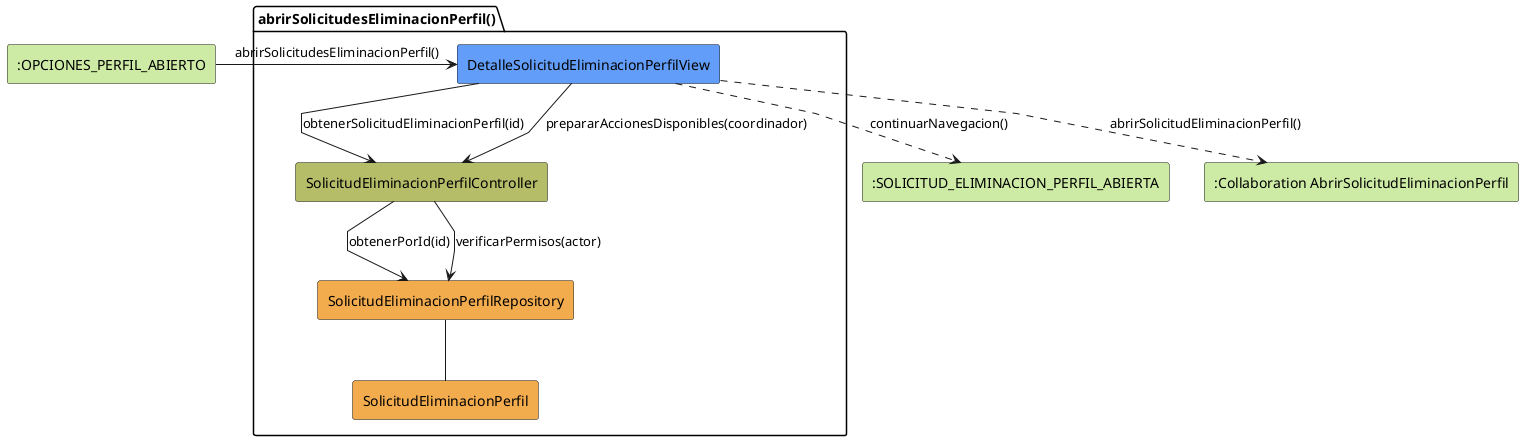
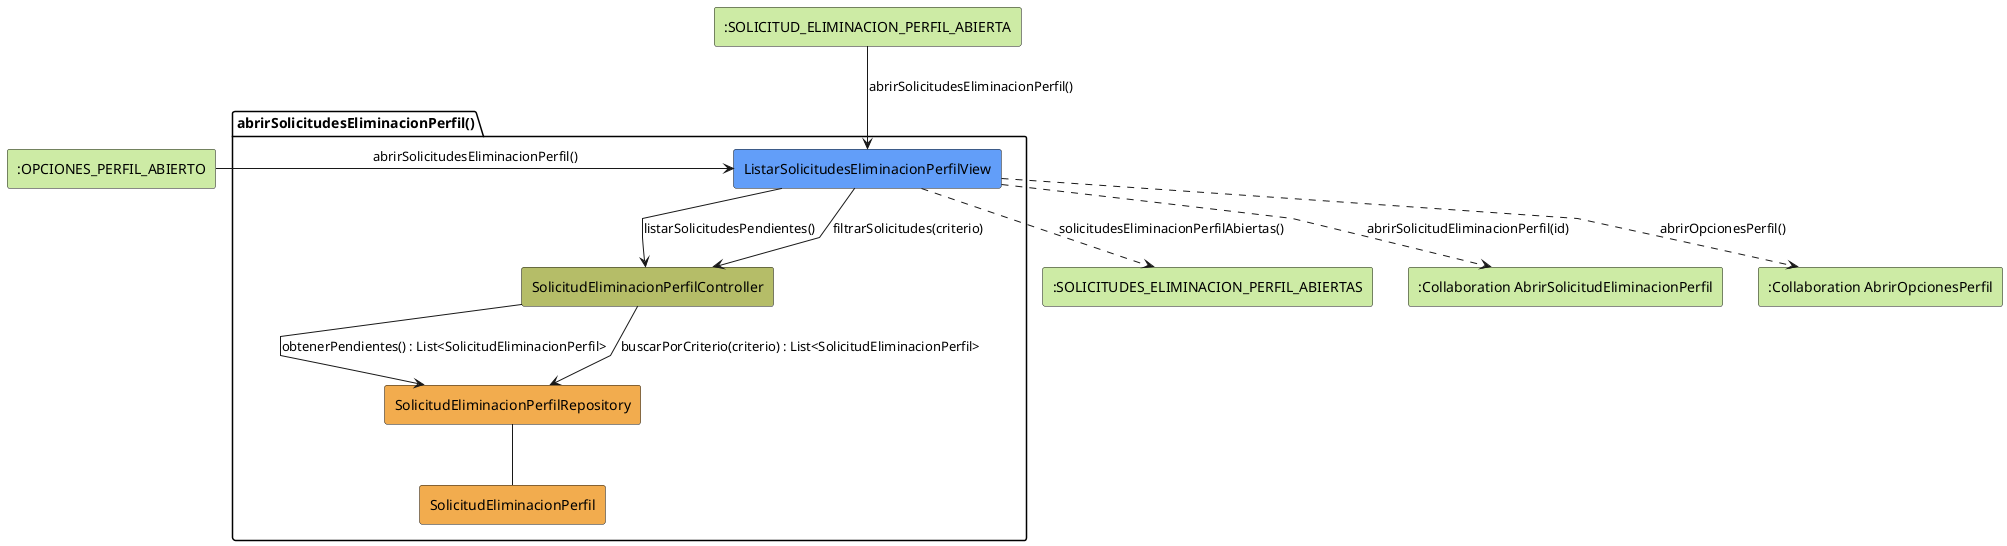
@startuml abrirSolicitudesEliminacionPerfil-analisis
skinparam linetype polyline

- rectangle #CDEBA5 ":OPCIONES_PERFIL_ABIERTO" as EstadoEntrada
+ rectangle #CDEBA5 ":OPCIONES_PERFIL_ABIERTO" as EstadoEntradaOpciones
+ rectangle #CDEBA5 ":SOLICITUD_ELIMINACION_PERFIL_ABIERTA" as EstadoEntradaSolicitud
package abrirSolicitudesEliminacionPerfil as "abrirSolicitudesEliminacionPerfil()" {
-     rectangle #629EF9 DetalleSolicitudEliminacionPerfilView
+     rectangle #629EF9 ListarSolicitudesEliminacionPerfilView
    rectangle #b5bd68 SolicitudEliminacionPerfilController
    rectangle #F2AC4E SolicitudEliminacionPerfilRepository
    rectangle #F2AC4E SolicitudEliminacionPerfil
}

- rectangle #CDEBA5 ":SOLICITUD_ELIMINACION_PERFIL_ABIERTA" as EstadoSalida
+ rectangle #CDEBA5 ":SOLICITUDES_ELIMINACION_PERFIL_ABIERTAS" as EstadoSalida
rectangle #CDEBA5 ":Collaboration AbrirSolicitudEliminacionPerfil" as AbrirSolicitudEliminacionPerfil
+ rectangle #CDEBA5 ":Collaboration AbrirOpcionesPerfil" as AbrirOpcionesPerfil

- EstadoEntrada -r-> DetalleSolicitudEliminacionPerfilView: abrirSolicitudesEliminacionPerfil()
+ EstadoEntradaOpciones -r-> ListarSolicitudesEliminacionPerfilView: abrirSolicitudesEliminacionPerfil()
+ EstadoEntradaSolicitud -d-> ListarSolicitudesEliminacionPerfilView: abrirSolicitudesEliminacionPerfil()

- DetalleSolicitudEliminacionPerfilView -d-> SolicitudEliminacionPerfilController: obtenerSolicitudEliminacionPerfil(id)
- DetalleSolicitudEliminacionPerfilView --> SolicitudEliminacionPerfilController: prepararAccionesDisponibles(coordinador)
- SolicitudEliminacionPerfilController --> SolicitudEliminacionPerfilRepository: obtenerPorId(id)
- SolicitudEliminacionPerfilController --> SolicitudEliminacionPerfilRepository: verificarPermisos(actor)
+ ListarSolicitudesEliminacionPerfilView -d-> SolicitudEliminacionPerfilController: listarSolicitudesPendientes()
+ ListarSolicitudesEliminacionPerfilView --> SolicitudEliminacionPerfilController: filtrarSolicitudes(criterio)
+ SolicitudEliminacionPerfilController --> SolicitudEliminacionPerfilRepository: obtenerPendientes() : List<SolicitudEliminacionPerfil>
+ SolicitudEliminacionPerfilController --> SolicitudEliminacionPerfilRepository: buscarPorCriterio(criterio) : List<SolicitudEliminacionPerfil>
SolicitudEliminacionPerfilRepository -- SolicitudEliminacionPerfil
- DetalleSolicitudEliminacionPerfilView ..> EstadoSalida: continuarNavegacion()
- DetalleSolicitudEliminacionPerfilView ..> AbrirSolicitudEliminacionPerfil: abrirSolicitudEliminacionPerfil()
+ ListarSolicitudesEliminacionPerfilView ..> EstadoSalida: solicitudesEliminacionPerfilAbiertas()
+ ListarSolicitudesEliminacionPerfilView ..> AbrirSolicitudEliminacionPerfil: abrirSolicitudEliminacionPerfil(id)
+ ListarSolicitudesEliminacionPerfilView ..> AbrirOpcionesPerfil: abrirOpcionesPerfil()

@enduml
